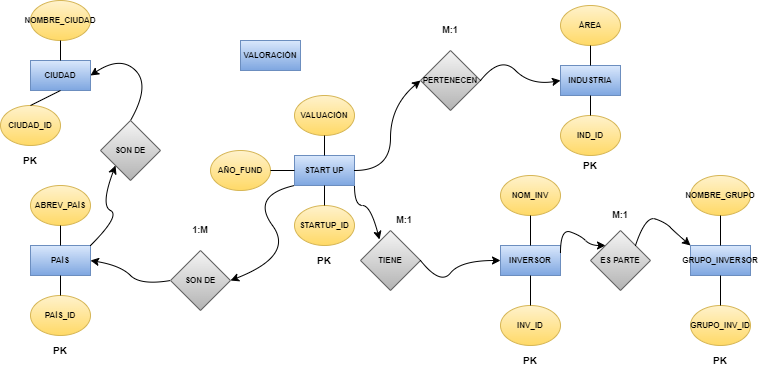
This is D4_ERD1.png from rakzw/Demo2, a draw.io export, as it was before one commit. Source tidied: cells renumbered, new cells last; positions are measured from the earlier drawing's top-left corner, leaving out a move shared by most shapes.
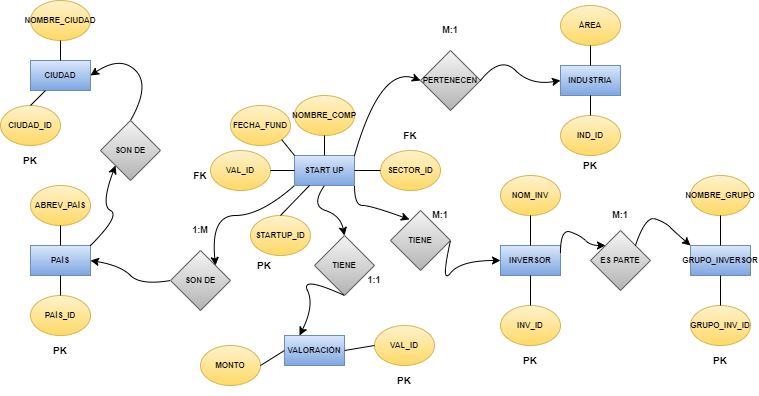
After the commit.

The edit, as a diff of the source:
```diff
@@ -15,7 +15,7 @@
       <mxGeometry x="30" y="245" width="60" height="30" as="geometry" />
     </mxCell>
     <mxCell id="6" value="STARTUP_ID" style="ellipse;whiteSpace=wrap;html=1;fontSize=8;fillColor=#fff2cc;strokeColor=#d6b656;gradientColor=#ffd966;fontStyle=1;" parent="1" vertex="1">
-      <mxGeometry x="294" y="205" width="60" height="40" as="geometry" />
+      <mxGeometry x="250" y="215" width="60" height="40" as="geometry" />
     </mxCell>
     <mxCell id="7" value="IND_ID" style="ellipse;whiteSpace=wrap;html=1;fontSize=8;fillColor=#fff2cc;strokeColor=#d6b656;gradientColor=#ffd966;fontStyle=1;" parent="1" vertex="1">
       <mxGeometry x="560" y="115" width="60" height="40" as="geometry" />
@@ -30,12 +30,12 @@
       <mxGeometry x="170" y="250" width="60" height="60" as="geometry" />
     </mxCell>
     <mxCell id="11" value="TIENE" style="rhombus;whiteSpace=wrap;html=1;fontSize=8;fillColor=#f5f5f5;gradientColor=#b3b3b3;strokeColor=#666666;fontStyle=1;" parent="1" vertex="1">
-      <mxGeometry x="360" y="230" width="60" height="60" as="geometry" />
+      <mxGeometry x="390" y="210" width="60" height="60" as="geometry" />
     </mxCell>
     <mxCell id="12" value="PERTENECEN" style="rhombus;whiteSpace=wrap;html=1;fontSize=8;fillColor=#f5f5f5;gradientColor=#b3b3b3;strokeColor=#666666;fontStyle=1;" parent="1" vertex="1">
       <mxGeometry x="420" y="50" width="60" height="60" as="geometry" />
     </mxCell>
-    <mxCell id="13" value="VALUACIÓN" style="ellipse;whiteSpace=wrap;html=1;fontSize=8;fillColor=#fff2cc;strokeColor=#d6b656;gradientColor=#ffd966;fontStyle=1;" parent="1" vertex="1">
+    <mxCell id="13" value="NOMBRE_COMP" style="ellipse;whiteSpace=wrap;html=1;fontSize=8;fillColor=#fff2cc;strokeColor=#d6b656;gradientColor=#ffd966;fontStyle=1;" parent="1" vertex="1">
       <mxGeometry x="294" y="95" width="60" height="40" as="geometry" />
     </mxCell>
     <mxCell id="14" value="ABREV_PAÍS" style="ellipse;whiteSpace=wrap;html=1;fontSize=8;fillColor=#fff2cc;strokeColor=#d6b656;gradientColor=#ffd966;fontStyle=1;" parent="1" vertex="1">
@@ -45,12 +45,12 @@
       <mxGeometry x="420" y="15" width="60" height="30" as="geometry" />
     </mxCell>
     <mxCell id="16" value="M:1" style="text;html=1;strokeColor=none;fillColor=none;align=center;verticalAlign=middle;whiteSpace=wrap;rounded=0;fontSize=9;fontColor=#000000;fontStyle=1;" parent="1" vertex="1">
-      <mxGeometry x="374" y="205" width="60" height="30" as="geometry" />
+      <mxGeometry x="410" y="200" width="60" height="30" as="geometry" />
     </mxCell>
     <mxCell id="17" value="1:M" style="text;html=1;strokeColor=none;fillColor=none;align=center;verticalAlign=middle;whiteSpace=wrap;rounded=0;fontSize=9;fontColor=#000000;fontStyle=1;" parent="1" vertex="1">
       <mxGeometry x="170" y="215" width="60" height="30" as="geometry" />
     </mxCell>
-    <mxCell id="18" value="AÑO_FUND" style="ellipse;whiteSpace=wrap;html=1;fontSize=8;fillColor=#fff2cc;strokeColor=#d6b656;gradientColor=#ffd966;fontStyle=1;" parent="1" vertex="1">
+    <mxCell id="18" value="VAL_ID" style="ellipse;whiteSpace=wrap;html=1;fontSize=8;fillColor=#fff2cc;strokeColor=#d6b656;gradientColor=#ffd966;fontStyle=1;" parent="1" vertex="1">
       <mxGeometry x="210" y="150" width="60" height="40" as="geometry" />
     </mxCell>
     <mxCell id="19" value="ÁREA" style="ellipse;whiteSpace=wrap;html=1;fontSize=8;fillColor=#fff2cc;strokeColor=#d6b656;gradientColor=#ffd966;fontStyle=1;" parent="1" vertex="1">
@@ -62,7 +62,7 @@
     <mxCell id="21" style="endArrow=none;html=1;rounded=0;fontSize=9;fontColor=#000000;entryX=0.5;entryY=1;entryDx=0;entryDy=0;exitX=0.5;exitY=0;exitDx=0;exitDy=0;" parent="1" edge="1" source="4" target="13">
       <mxGeometry relative="1" as="geometry" />
     </mxCell>
-    <mxCell id="22" style="endArrow=none;html=1;rounded=0;fontSize=9;fontColor=#000000;entryX=0.5;entryY=1;entryDx=0;entryDy=0;exitX=0.5;exitY=0;exitDx=0;exitDy=0;" parent="1" edge="1" source="6" target="4">
+    <mxCell id="22" style="endArrow=none;html=1;rounded=0;fontSize=9;fontColor=#000000;entryX=0.25;entryY=1;entryDx=0;entryDy=0;exitX=0.5;exitY=0;exitDx=0;exitDy=0;" parent="1" edge="1" source="6" target="4">
       <mxGeometry relative="1" as="geometry" />
     </mxCell>
     <mxCell id="23" style="endArrow=none;html=1;rounded=0;fontSize=9;fontColor=#000000;entryX=0.5;entryY=1;entryDx=0;entryDy=0;exitX=0.5;exitY=0;exitDx=0;exitDy=0;" parent="1" edge="1" source="5" target="14">
@@ -80,11 +80,11 @@
     <mxCell id="27" style="endArrow=none;html=1;rounded=0;fontSize=9;fontColor=#000000;entryX=0.5;entryY=1;entryDx=0;entryDy=0;exitX=0.5;exitY=0;exitDx=0;exitDy=0;" parent="1" edge="1" source="8" target="2">
       <mxGeometry relative="1" as="geometry" />
     </mxCell>
-    <mxCell id="28" style="curved=1;endArrow=classic;html=1;fontSize=9;fontColor=#000000;exitX=0;exitY=1;exitDx=0;exitDy=0;entryX=1;entryY=0.5;entryDx=0;entryDy=0;" parent="1" edge="1" source="4" target="10">
+    <mxCell id="28" style="curved=1;endArrow=classic;html=1;fontSize=9;fontColor=#000000;exitX=0;exitY=1;exitDx=0;exitDy=0;entryX=1;entryY=0;entryDx=0;entryDy=0;" parent="1" edge="1" source="4" target="10">
       <mxGeometry relative="1" as="geometry">
         <Array as="points">
-          <mxPoint x="250" y="195" />
-          <mxPoint x="294" y="255" />
+          <mxPoint x="260" y="215" />
+          <mxPoint x="210" y="215" />
         </Array>
       </mxGeometry>
     </mxCell>
@@ -96,11 +96,10 @@
         </Array>
       </mxGeometry>
     </mxCell>
-    <mxCell id="30" style="endArrow=classic;html=1;fontSize=9;fontColor=#000000;curved=1;entryX=0;entryY=0.5;entryDx=0;entryDy=0;exitX=1;exitY=0.5;exitDx=0;exitDy=0;" parent="1" edge="1" source="4" target="12">
+    <mxCell id="30" style="endArrow=classic;html=1;fontSize=9;fontColor=#000000;curved=1;entryX=0;entryY=0.5;entryDx=0;entryDy=0;exitX=1;exitY=0;exitDx=0;exitDy=0;" parent="1" edge="1" source="4" target="12">
       <mxGeometry relative="1" as="geometry">
         <Array as="points">
-          <mxPoint x="390" y="170" />
-          <mxPoint x="390" y="105" />
+          <mxPoint x="380" y="65" />
         </Array>
       </mxGeometry>
     </mxCell>
@@ -144,7 +143,7 @@
       <mxGeometry relative="1" as="geometry" />
     </mxCell>
     <mxCell id="39" value="PK" style="text;html=1;strokeColor=none;fillColor=none;align=center;verticalAlign=middle;whiteSpace=wrap;rounded=0;fontSize=10;fontStyle=1;" parent="1" vertex="1">
-      <mxGeometry x="294" y="245" width="60" height="30" as="geometry" />
+      <mxGeometry x="234" y="250" width="60" height="30" as="geometry" />
     </mxCell>
     <mxCell id="40" value="GRUPO_INVERSOR" style="rounded=0;whiteSpace=wrap;html=1;fontSize=8;fontStyle=1;fillColor=#dae8fc;strokeColor=#6c8ebf;gradientColor=#7ea6e0;fontColor=#000000;" parent="1" vertex="1">
       <mxGeometry x="690" y="245" width="60" height="30" as="geometry" />
@@ -200,7 +199,7 @@
     <mxCell id="53" style="endArrow=none;html=1;rounded=0;fontSize=9;fontColor=#000000;entryX=0.5;entryY=1;entryDx=0;entryDy=0;exitX=0.5;exitY=0;exitDx=0;exitDy=0;" parent="1" edge="1" source="50" target="52">
       <mxGeometry relative="1" as="geometry" />
     </mxCell>
-    <mxCell id="54" style="endArrow=none;html=1;rounded=0;fontSize=9;fontColor=#000000;exitX=0.5;exitY=0;exitDx=0;exitDy=0;entryX=0.5;entryY=1;entryDx=0;entryDy=0;" parent="1" edge="1" source="51" target="50">
+    <mxCell id="54" style="endArrow=none;html=1;rounded=0;fontSize=9;fontColor=#000000;exitX=0.5;exitY=0;exitDx=0;exitDy=0;entryX=0.25;entryY=1;entryDx=0;entryDy=0;" parent="1" edge="1" source="51" target="50">
       <mxGeometry relative="1" as="geometry" />
     </mxCell>
     <mxCell id="55" value="PK" style="text;html=1;strokeColor=none;fillColor=none;align=center;verticalAlign=middle;whiteSpace=wrap;rounded=0;fontSize=10;fontStyle=1;" parent="1" vertex="1">
@@ -226,7 +225,62 @@
       </mxGeometry>
     </mxCell>
     <mxCell id="59" value="VALORACIÓN" style="rounded=0;whiteSpace=wrap;html=1;fontSize=8;fontStyle=1;fillColor=#dae8fc;strokeColor=#6c8ebf;gradientColor=#7ea6e0;fontColor=#000000;" parent="1" vertex="1">
-      <mxGeometry x="240" y="40" width="60" height="30" as="geometry" />
+      <mxGeometry x="284" y="335" width="60" height="30" as="geometry" />
     </mxCell>
+    <mxCell id="60" value="FECHA_FUND" style="ellipse;whiteSpace=wrap;html=1;fontSize=8;fillColor=#fff2cc;strokeColor=#d6b656;gradientColor=#ffd966;fontStyle=1;" parent="1" vertex="1">
+      <mxGeometry x="230" y="105" width="60" height="40" as="geometry" />
+    </mxCell>
+    <mxCell id="61" value="SECTOR_ID" style="ellipse;whiteSpace=wrap;html=1;fontSize=8;fillColor=#fff2cc;strokeColor=#d6b656;gradientColor=#ffd966;fontStyle=1;" parent="1" vertex="1">
+      <mxGeometry x="380" y="150" width="60" height="40" as="geometry" />
+    </mxCell>
+    <mxCell id="62" style="endArrow=none;html=1;rounded=0;fontSize=9;fontColor=#000000;exitX=1;exitY=0.5;exitDx=0;exitDy=0;entryX=0;entryY=0.5;entryDx=0;entryDy=0;" parent="1" edge="1" source="4" target="61">
+      <mxGeometry relative="1" as="geometry" />
+    </mxCell>
+    <mxCell id="63" style="endArrow=none;html=1;rounded=0;fontSize=9;fontColor=#000000;exitX=1;exitY=1;exitDx=0;exitDy=0;entryX=0;entryY=0;entryDx=0;entryDy=0;" parent="1" edge="1" source="60" target="4">
+      <mxGeometry relative="1" as="geometry" />
+    </mxCell>
+    <mxCell id="64" value="VAL_ID" style="ellipse;whiteSpace=wrap;html=1;fontSize=8;fillColor=#fff2cc;strokeColor=#d6b656;gradientColor=#ffd966;fontStyle=1;" parent="1" vertex="1">
+      <mxGeometry x="374" y="325" width="60" height="40" as="geometry" />
+    </mxCell>
+    <mxCell id="65" value="MONTO" style="ellipse;whiteSpace=wrap;html=1;fontSize=8;fillColor=#fff2cc;strokeColor=#d6b656;gradientColor=#ffd966;fontStyle=1;" parent="1" vertex="1">
+      <mxGeometry x="200" y="345" width="60" height="40" as="geometry" />
+    </mxCell>
+    <mxCell id="66" style="endArrow=none;html=1;rounded=0;fontSize=9;fontColor=#000000;exitX=1;exitY=0.5;exitDx=0;exitDy=0;entryX=0;entryY=0.5;entryDx=0;entryDy=0;" parent="1" edge="1" source="59" target="64">
+      <mxGeometry relative="1" as="geometry" />
+    </mxCell>
+    <mxCell id="67" style="endArrow=none;html=1;rounded=0;fontSize=9;fontColor=#000000;exitX=1;exitY=0.5;exitDx=0;exitDy=0;entryX=0;entryY=0.5;entryDx=0;entryDy=0;" parent="1" edge="1" source="65" target="59">
+      <mxGeometry relative="1" as="geometry" />
+    </mxCell>
+    <mxCell id="68" value="TIENE" style="rhombus;whiteSpace=wrap;html=1;fontSize=8;fillColor=#f5f5f5;gradientColor=#b3b3b3;strokeColor=#666666;fontStyle=1;" parent="1" vertex="1">
+      <mxGeometry x="314" y="235" width="60" height="60" as="geometry" />
+    </mxCell>
+    <mxCell id="69" style="curved=1;endArrow=classic;html=1;rounded=0;entryX=0.25;entryY=0;entryDx=0;entryDy=0;exitX=0.5;exitY=1;exitDx=0;exitDy=0;" parent="1" edge="1" source="68" target="59">
+      <mxGeometry relative="1" as="geometry">
+        <Array as="points">
+          <mxPoint x="300" y="275" />
+          <mxPoint x="314" y="305" />
+        </Array>
+      </mxGeometry>
+    </mxCell>
+    <mxCell id="70" style="curved=1;endArrow=classic;html=1;rounded=0;entryX=0.5;entryY=0;entryDx=0;entryDy=0;exitX=0.5;exitY=1;exitDx=0;exitDy=0;" parent="1" edge="1" source="4" target="68">
+      <mxGeometry relative="1" as="geometry">
+        <Array as="points">
+          <mxPoint x="310" y="205" />
+          <mxPoint x="340" y="215" />
+        </Array>
+      </mxGeometry>
+    </mxCell>
+    <mxCell id="71" value="PK" style="text;html=1;strokeColor=none;fillColor=none;align=center;verticalAlign=middle;whiteSpace=wrap;rounded=0;fontSize=10;fontStyle=1;" parent="1" vertex="1">
+      <mxGeometry x="374" y="365" width="60" height="30" as="geometry" />
+    </mxCell>
+    <mxCell id="72" value="1:1" style="text;html=1;strokeColor=none;fillColor=none;align=center;verticalAlign=middle;whiteSpace=wrap;rounded=0;fontSize=9;fontColor=#000000;fontStyle=1;" parent="1" vertex="1">
+      <mxGeometry x="344" y="265" width="60" height="30" as="geometry" />
+    </mxCell>
+    <mxCell id="73" value="FK" style="text;html=1;strokeColor=none;fillColor=none;align=center;verticalAlign=middle;whiteSpace=wrap;rounded=0;fontSize=10;fontStyle=1;" parent="1" vertex="1">
+      <mxGeometry x="170" y="160" width="60" height="30" as="geometry" />
+    </mxCell>
+    <mxCell id="74" value="FK" style="text;html=1;strokeColor=none;fillColor=none;align=center;verticalAlign=middle;whiteSpace=wrap;rounded=0;fontSize=10;fontStyle=1;" parent="1" vertex="1">
+      <mxGeometry x="380" y="120" width="60" height="30" as="geometry" />
+    </mxCell>
   </root>
 </mxGraphModel>
```
